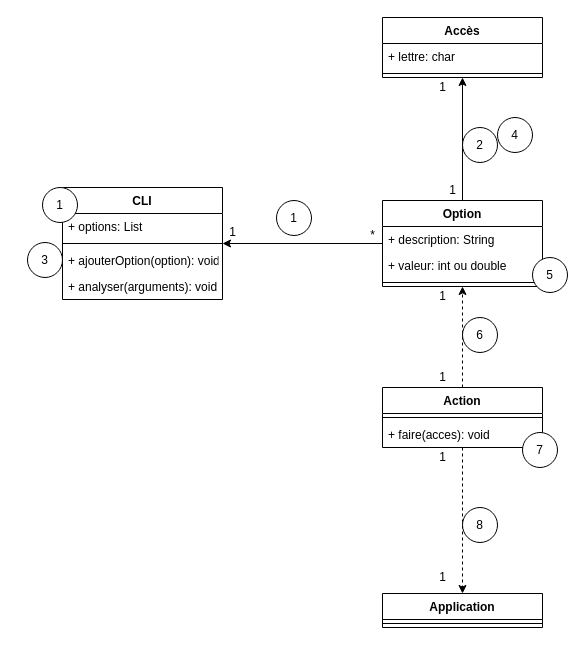
This is page "VersionReutilisable" (1 of 2) of DiagClass.drawio from hcharp/examJava2021, a draw.io file, before an edit. Source tidied: cells renumbered, new cells numbered last; positions are measured from the earlier drawing's top-left corner, leaving out a move shared by most shapes. Both pictures are drawn from the tidied source at 100%, with x=0, y=0 at pixel (27, 17).
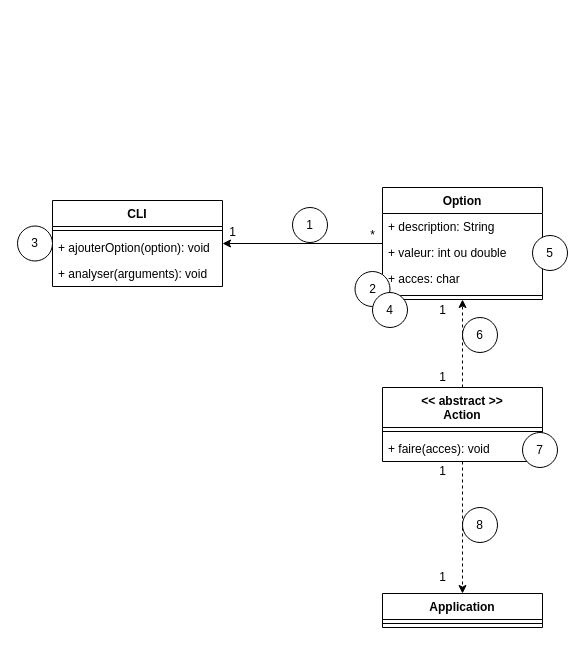
The same page after the edit.

Change to the diagram source:
```diff
@@
     <mxCell id="2" value="CLI" style="swimlane;fontStyle=1;align=center;verticalAlign=top;horizontal=1;startSize=26;" parent="1" vertex="1">
-      <mxGeometry x="35" y="170" width="160" height="112" as="geometry" />
+      <mxGeometry x="25" y="183" width="170" height="86" as="geometry" />
     </mxCell>
-    <mxCell id="3" value="+ options: List" style="text;strokeColor=none;fillColor=none;align=left;verticalAlign=top;spacingLeft=4;spacingRight=4;overflow=hidden;" parent="2" vertex="1">
-      <mxGeometry y="26" width="160" height="26" as="geometry" />
-    </mxCell>
     <mxCell id="4" style="line;strokeWidth=1;fillColor=none;align=left;verticalAlign=middle;spacingTop=-1;spacingLeft=3;spacingRight=3;labelPosition=right;" parent="2" vertex="1">
-      <mxGeometry y="52" width="160" height="8" as="geometry" />
+      <mxGeometry y="26" width="170" height="8" as="geometry" />
     </mxCell>
     <mxCell id="5" value="+ ajouterOption(option): void" style="text;strokeColor=none;fillColor=none;align=left;verticalAlign=top;spacingLeft=4;spacingRight=4;overflow=hidden;" parent="2" vertex="1">
-      <mxGeometry y="60" width="160" height="26" as="geometry" />
+      <mxGeometry y="34" width="170" height="26" as="geometry" />
     </mxCell>
     <mxCell id="6" value="+ analyser(arguments): void" style="text;strokeColor=none;fillColor=none;align=left;verticalAlign=top;spacingLeft=4;spacingRight=4;overflow=hidden;" parent="2" vertex="1">
-      <mxGeometry y="86" width="160" height="26" as="geometry" />
+      <mxGeometry y="60" width="170" height="26" as="geometry" />
     </mxCell>
@@
-    <mxCell id="8" style="edgeStyle=orthogonalEdgeStyle;rounded=0;jettySize=auto;html=1;" parent="1" edge="1" source="9" target="13">
-      <mxGeometry relative="1" as="geometry" />
-    </mxCell>
     <mxCell id="9" value="Option" style="swimlane;fontStyle=1;align=center;verticalAlign=top;horizontal=1;startSize=26;" parent="1" vertex="1">
-      <mxGeometry x="355" y="183" width="160" height="86" as="geometry" />
+      <mxGeometry x="355" y="170" width="160" height="112" as="geometry" />
     </mxCell>
@@
+    <mxCell id="14" value="+ acces: char" style="text;strokeColor=none;fillColor=none;align=left;verticalAlign=top;spacingLeft=4;spacingRight=4;overflow=hidden;" parent="9" vertex="1">
+      <mxGeometry y="78" width="160" height="26" as="geometry" />
+    </mxCell>
     <mxCell id="12" style="line;strokeWidth=1;fillColor=none;align=left;verticalAlign=middle;spacingTop=-1;spacingLeft=3;spacingRight=3;labelPosition=right;" parent="9" vertex="1">
-      <mxGeometry y="78" width="160" height="8" as="geometry" />
+      <mxGeometry y="104" width="160" height="8" as="geometry" />
     </mxCell>
-    <mxCell id="13" value="Accès" style="swimlane;fontStyle=1;align=center;verticalAlign=top;horizontal=1;startSize=26;" parent="1" vertex="1">
-      <mxGeometry x="355" width="160" height="60" as="geometry" />
-    </mxCell>
-    <mxCell id="14" value="+ lettre: char" style="text;strokeColor=none;fillColor=none;align=left;verticalAlign=top;spacingLeft=4;spacingRight=4;overflow=hidden;" parent="13" vertex="1">
-      <mxGeometry y="26" width="160" height="26" as="geometry" />
-    </mxCell>
-    <mxCell id="15" style="line;strokeWidth=1;fillColor=none;align=left;verticalAlign=middle;spacingTop=-1;spacingLeft=3;spacingRight=3;labelPosition=right;" parent="13" vertex="1">
-      <mxGeometry y="52" width="160" height="8" as="geometry" />
-    </mxCell>
@@
-    <mxCell id="18" value="Action" style="swimlane;fontStyle=1;align=center;verticalAlign=top;horizontal=1;startSize=26;" parent="1" vertex="1">
-      <mxGeometry x="355" y="370" width="160" height="60" as="geometry" />
+    <mxCell id="18" value="&lt;&lt; abstract &gt;&gt;&#10;Action" style="swimlane;fontStyle=1;align=center;verticalAlign=top;horizontal=1;startSize=40;" parent="1" vertex="1">
+      <mxGeometry x="355" y="370" width="160" height="74" as="geometry" />
     </mxCell>
     <mxCell id="19" style="line;strokeWidth=1;fillColor=none;align=left;verticalAlign=middle;spacingTop=-1;spacingLeft=3;spacingRight=3;labelPosition=right;" parent="18" vertex="1">
-      <mxGeometry y="26" width="160" height="8" as="geometry" />
+      <mxGeometry y="40" width="160" height="8" as="geometry" />
     </mxCell>
     <mxCell id="20" value="+ faire(acces): void" style="text;strokeColor=none;fillColor=none;align=left;verticalAlign=top;spacingLeft=4;spacingRight=4;overflow=hidden;" parent="18" vertex="1">
-      <mxGeometry y="34" width="160" height="26" as="geometry" />
+      <mxGeometry y="48" width="160" height="26" as="geometry" />
     </mxCell>
@@
-    <mxCell id="25" value="1" style="text;html=1;align=center;verticalAlign=middle;strokeColor=none;" parent="1" vertex="1">
-      <mxGeometry x="415" y="163" width="20" height="20" as="geometry" />
-    </mxCell>
-    <mxCell id="26" value="1" style="text;html=1;align=center;verticalAlign=middle;strokeColor=none;" parent="1" vertex="1">
-      <mxGeometry x="405" y="60" width="20" height="20" as="geometry" />
-    </mxCell>
@@
     <mxCell id="28" value="1" style="text;html=1;align=center;verticalAlign=middle;strokeColor=none;" parent="1" vertex="1">
-      <mxGeometry x="405" y="269" width="20" height="20" as="geometry" />
+      <mxGeometry x="405" y="282.5" width="20" height="20" as="geometry" />
     </mxCell>
     <mxCell id="29" value="1" style="text;html=1;align=center;verticalAlign=middle;strokeColor=none;" parent="1" vertex="1">
-      <mxGeometry x="405" y="430" width="20" height="20" as="geometry" />
+      <mxGeometry x="405" y="444" width="20" height="20" as="geometry" />
     </mxCell>
@@
-    <mxCell id="31" value="1" style="ellipse;whiteSpace=wrap;html=1;" parent="1" vertex="1">
-      <mxGeometry x="15" y="170" width="35" height="35" as="geometry" />
-    </mxCell>
     <mxCell id="32" value="1" style="ellipse;whiteSpace=wrap;html=1;" parent="1" vertex="1">
-      <mxGeometry x="249" y="183" width="35" height="35" as="geometry" />
+      <mxGeometry x="265" y="190" width="35" height="35" as="geometry" />
     </mxCell>
     <mxCell id="33" value="2" style="ellipse;whiteSpace=wrap;html=1;" parent="1" vertex="1">
-      <mxGeometry x="435" y="110" width="35" height="35" as="geometry" />
+      <mxGeometry x="327.5" y="254" width="35" height="35" as="geometry" />
     </mxCell>
@@
     <mxCell id="37" value="3" style="ellipse;whiteSpace=wrap;html=1;" parent="1" vertex="1">
-      <mxGeometry y="225" width="35" height="35" as="geometry" />
+      <mxGeometry x="-10" y="208.5" width="35" height="35" as="geometry" />
     </mxCell>
     <mxCell id="38" value="4" style="ellipse;whiteSpace=wrap;html=1;" parent="1" vertex="1">
-      <mxGeometry x="470" y="100" width="35" height="35" as="geometry" />
+      <mxGeometry x="345" y="275" width="35" height="35" as="geometry" />
     </mxCell>
     <mxCell id="39" value="5" style="ellipse;whiteSpace=wrap;html=1;" parent="1" vertex="1">
-      <mxGeometry x="505" y="240" width="35" height="35" as="geometry" />
+      <mxGeometry x="505" y="218" width="35" height="35" as="geometry" />
     </mxCell>
```
